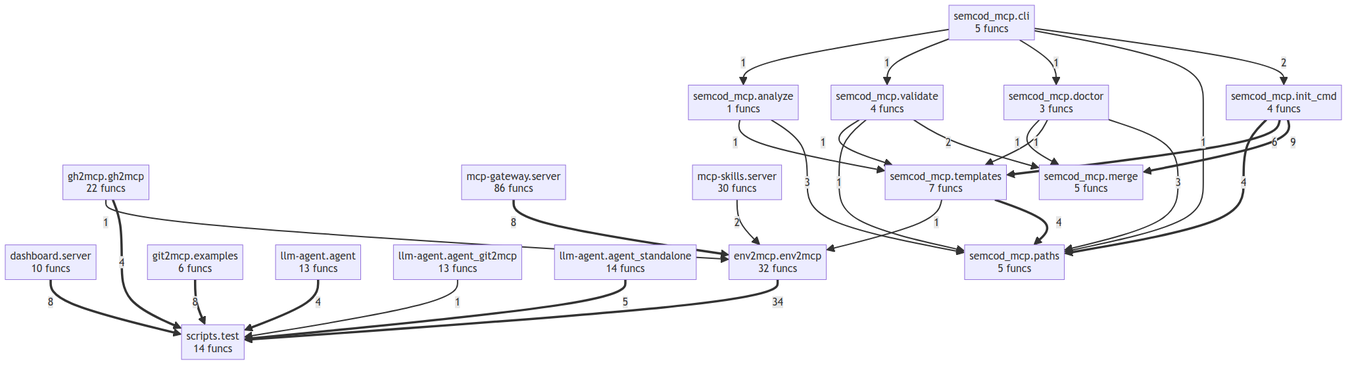
The Mermaid diagram project/compact_flow.png in semcod/mcp, before a commit. Its source is kept beside it as project/compact_flow.mmd.
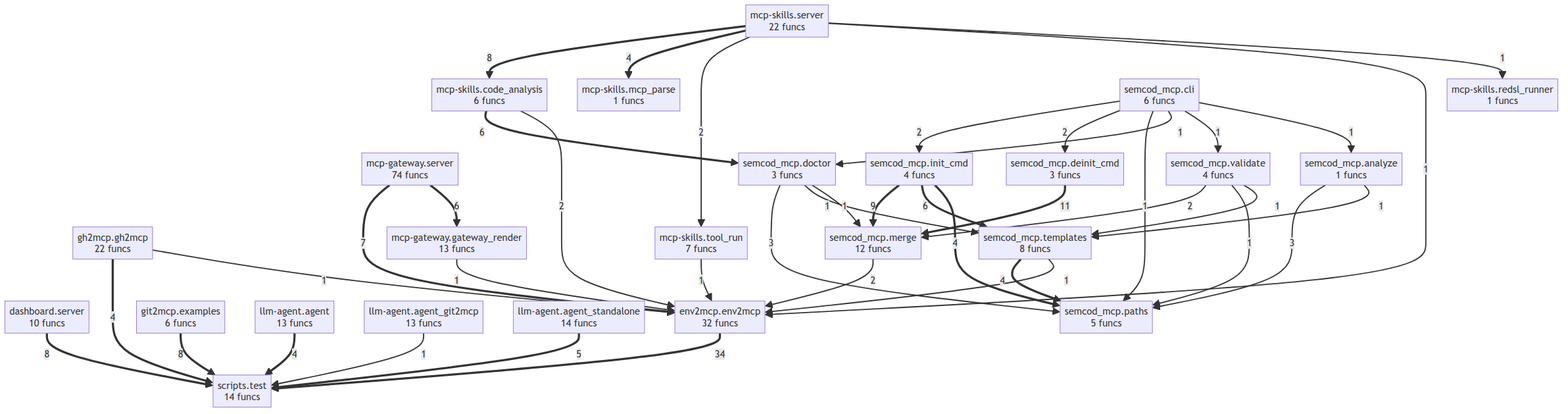
The same file after the commit.

What changed in the source:
```diff
@@ -6,42 +6,60 @@
     llm_agent__agent["llm-agent.agent<br/>13 funcs"]
     llm_agent__agent_git2mcp["llm-agent.agent_git2mcp<br/>13 funcs"]
     llm_agent__agent_standalone["llm-agent.agent_standalone<br/>14 funcs"]
-    mcp_gateway__server["mcp-gateway.server<br/>86 funcs"]
-    mcp_skills__server["mcp-skills.server<br/>30 funcs"]
+    mcp_gateway__gateway_render["mcp-gateway.gateway_render<br/>13 funcs"]
+    mcp_gateway__server["mcp-gateway.server<br/>74 funcs"]
+    mcp_skills__code_analysis["mcp-skills.code_analysis<br/>6 funcs"]
+    mcp_skills__mcp_parse["mcp-skills.mcp_parse<br/>1 funcs"]
+    mcp_skills__redsl_runner["mcp-skills.redsl_runner<br/>1 funcs"]
+    mcp_skills__server["mcp-skills.server<br/>22 funcs"]
+    mcp_skills__tool_run["mcp-skills.tool_run<br/>7 funcs"]
     scripts__test["scripts.test<br/>14 funcs"]
     semcod_mcp__analyze["semcod_mcp.analyze<br/>1 funcs"]
-    semcod_mcp__cli["semcod_mcp.cli<br/>5 funcs"]
+    semcod_mcp__cli["semcod_mcp.cli<br/>6 funcs"]
+    semcod_mcp__deinit_cmd["semcod_mcp.deinit_cmd<br/>3 funcs"]
     semcod_mcp__doctor["semcod_mcp.doctor<br/>3 funcs"]
     semcod_mcp__init_cmd["semcod_mcp.init_cmd<br/>4 funcs"]
-    semcod_mcp__merge["semcod_mcp.merge<br/>5 funcs"]
+    semcod_mcp__merge["semcod_mcp.merge<br/>12 funcs"]
     semcod_mcp__paths["semcod_mcp.paths<br/>5 funcs"]
-    semcod_mcp__templates["semcod_mcp.templates<br/>7 funcs"]
+    semcod_mcp__templates["semcod_mcp.templates<br/>8 funcs"]
     semcod_mcp__validate["semcod_mcp.validate<br/>4 funcs"]
     env2mcp__env2mcp ==>|34| scripts__test
+    semcod_mcp__deinit_cmd ==>|11| semcod_mcp__merge
     semcod_mcp__init_cmd ==>|9| semcod_mcp__merge
+    dashboard__server ==>|8| scripts__test
+    mcp_skills__server ==>|8| mcp_skills__code_analysis
     git2mcp__examples ==>|8| scripts__test
-    dashboard__server ==>|8| scripts__test
-    mcp_gateway__server ==>|8| env2mcp__env2mcp
+    mcp_gateway__server ==>|7| env2mcp__env2mcp
+    mcp_gateway__server ==>|6| mcp_gateway__gateway_render
+    mcp_skills__code_analysis ==>|6| semcod_mcp__doctor
     semcod_mcp__init_cmd ==>|6| semcod_mcp__templates
     llm_agent__agent_standalone ==>|5| scripts__test
     gh2mcp__gh2mcp ==>|4| scripts__test
+    llm_agent__agent ==>|4| scripts__test
+    mcp_skills__server ==>|4| mcp_skills__mcp_parse
+    semcod_mcp__init_cmd ==>|4| semcod_mcp__paths
     semcod_mcp__templates ==>|4| semcod_mcp__paths
-    semcod_mcp__init_cmd ==>|4| semcod_mcp__paths
-    llm_agent__agent ==>|4| scripts__test
     semcod_mcp__analyze -->|3| semcod_mcp__paths
     semcod_mcp__doctor -->|3| semcod_mcp__paths
+    mcp_skills__code_analysis -->|2| env2mcp__env2mcp
+    mcp_skills__server -->|2| mcp_skills__tool_run
     semcod_mcp__cli -->|2| semcod_mcp__init_cmd
+    semcod_mcp__cli -->|2| semcod_mcp__deinit_cmd
     semcod_mcp__validate -->|2| semcod_mcp__merge
-    mcp_skills__server -->|2| env2mcp__env2mcp
+    semcod_mcp__merge -->|2| env2mcp__env2mcp
+    gh2mcp__gh2mcp -->|1| env2mcp__env2mcp
+    mcp_gateway__gateway_render -->|1| env2mcp__env2mcp
+    llm_agent__agent_git2mcp -->|1| scripts__test
+    mcp_skills__tool_run -->|1| env2mcp__env2mcp
+    mcp_skills__server -->|1| env2mcp__env2mcp
+    mcp_skills__server -->|1| mcp_skills__redsl_runner
     semcod_mcp__cli -->|1| semcod_mcp__paths
     semcod_mcp__cli -->|1| semcod_mcp__doctor
     semcod_mcp__cli -->|1| semcod_mcp__validate
     semcod_mcp__cli -->|1| semcod_mcp__analyze
     semcod_mcp__analyze -->|1| semcod_mcp__templates
+    semcod_mcp__validate -->|1| semcod_mcp__paths
+    semcod_mcp__validate -->|1| semcod_mcp__templates
     semcod_mcp__doctor -->|1| semcod_mcp__templates
     semcod_mcp__doctor -->|1| semcod_mcp__merge
-    gh2mcp__gh2mcp -->|1| env2mcp__env2mcp
-    semcod_mcp__validate -->|1| semcod_mcp__paths
-    semcod_mcp__validate -->|1| semcod_mcp__templates
     semcod_mcp__templates -->|1| env2mcp__env2mcp
-    llm_agent__agent_git2mcp -->|1| scripts__test
```
